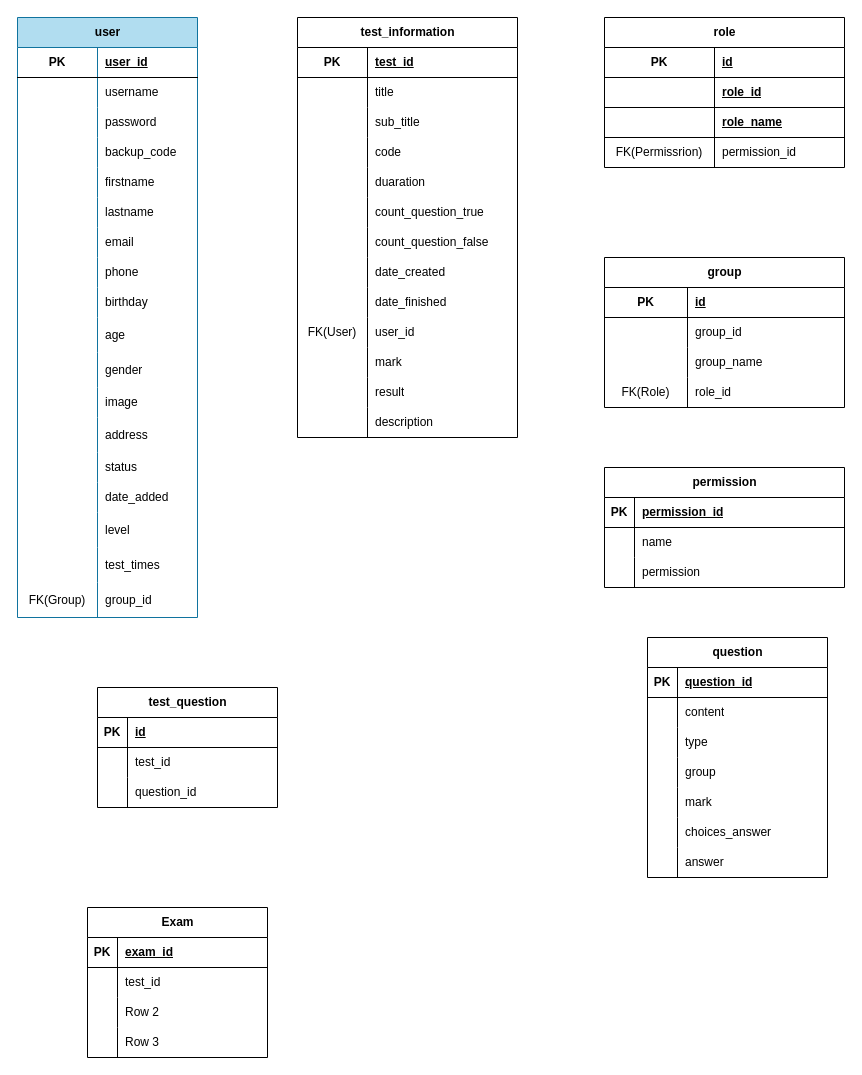
This is yoons_erd.drawio from hieunv46/yoons_erd, a draw.io file, before an edit. Source tidied: cells renumbered, new cells numbered last; positions are measured from the earlier drawing's top-left corner, leaving out a move shared by most shapes. Both pictures are drawn from the tidied source at 100%, with x=0, y=0 at pixel (17, 17).
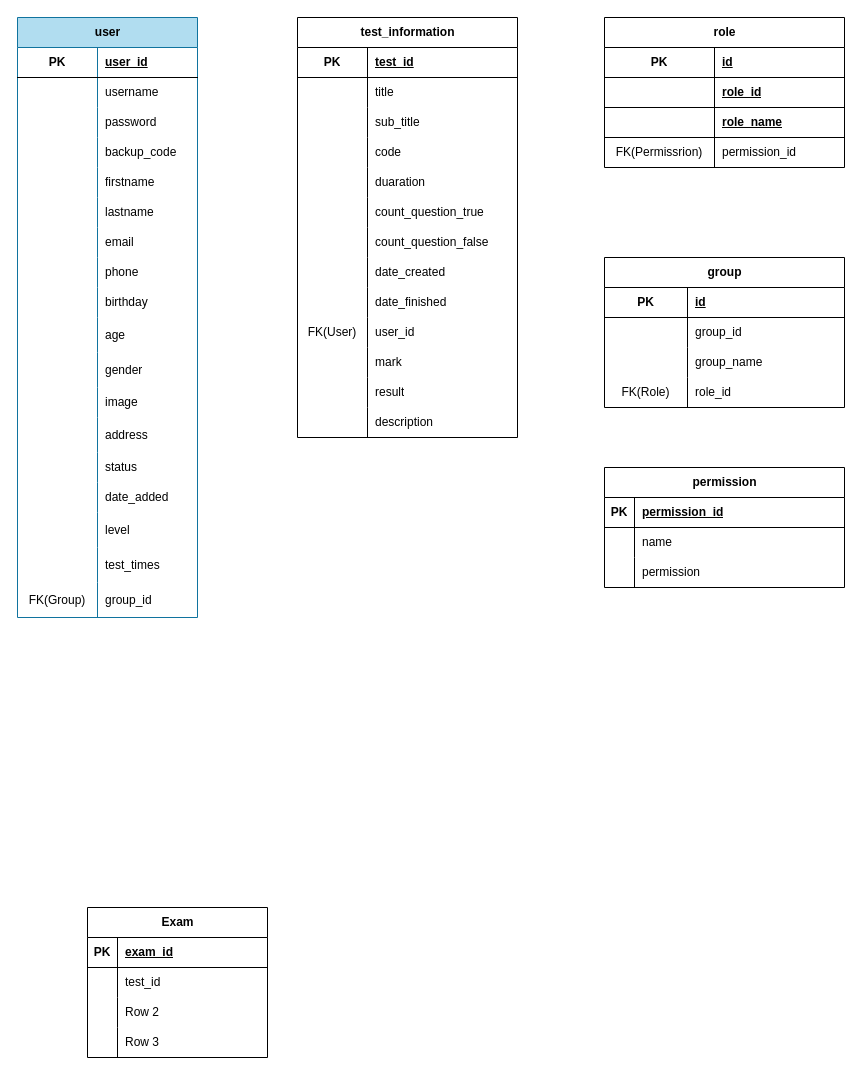
The same page after the edit.

Diff of the diagram source:
```diff
@@
-    <mxCell id="133" value="question" style="shape=table;startSize=30;childLayout=tableLayout;rowLines=0;fontStyle=1;align=center;html=1;" parent="1" vertex="1">
-      <mxGeometry x="630" y="620" width="180" height="240" as="geometry" />
-    </mxCell>
-    <mxCell id="134" style="shape=tableRow;horizontal=0;startSize=0;swimlaneHead=0;swimlaneBody=0;fillColor=none;top=0;left=0;right=0;bottom=1;" parent="133" vertex="1">
-      <mxGeometry y="30" width="180" height="30" as="geometry" />
-    </mxCell>
-    <mxCell id="135" value="PK" style="shape=partialRectangle;fillColor=none;top=0;left=0;bottom=0;right=0;fontStyle=1;overflow=hidden;whiteSpace=wrap;html=1;" parent="134" vertex="1">
-      <mxGeometry width="30" height="30" as="geometry" />
-    </mxCell>
-    <mxCell id="136" value="question_id" style="shape=partialRectangle;fillColor=none;top=0;left=0;bottom=0;right=0;align=left;spacingLeft=6;fontStyle=5;overflow=hidden;whiteSpace=wrap;html=1;" parent="134" vertex="1">
-      <mxGeometry x="30" width="150" height="30" as="geometry" />
-    </mxCell>
-    <mxCell id="137" style="shape=tableRow;horizontal=0;startSize=0;swimlaneHead=0;swimlaneBody=0;fillColor=none;top=0;left=0;right=0;bottom=0;" parent="133" vertex="1">
-      <mxGeometry y="60" width="180" height="30" as="geometry" />
-    </mxCell>
-    <mxCell id="138" style="shape=partialRectangle;fillColor=none;top=0;left=0;bottom=0;right=0;overflow=hidden;whiteSpace=wrap;html=1;" parent="137" vertex="1">
-      <mxGeometry width="30" height="30" as="geometry" />
-    </mxCell>
-    <mxCell id="139" value="content" style="shape=partialRectangle;fillColor=none;top=0;left=0;bottom=0;right=0;align=left;spacingLeft=6;overflow=hidden;whiteSpace=wrap;html=1;" parent="137" vertex="1">
-      <mxGeometry x="30" width="150" height="30" as="geometry" />
-    </mxCell>
-    <mxCell id="140" style="shape=tableRow;horizontal=0;startSize=0;swimlaneHead=0;swimlaneBody=0;fillColor=none;top=0;left=0;right=0;bottom=0;" parent="133" vertex="1">
-      <mxGeometry y="90" width="180" height="30" as="geometry" />
-    </mxCell>
-    <mxCell id="141" style="shape=partialRectangle;fillColor=none;top=0;left=0;bottom=0;right=0;overflow=hidden;whiteSpace=wrap;html=1;" parent="140" vertex="1">
-      <mxGeometry width="30" height="30" as="geometry" />
-    </mxCell>
-    <mxCell id="142" value="type" style="shape=partialRectangle;fillColor=none;top=0;left=0;bottom=0;right=0;align=left;spacingLeft=6;overflow=hidden;whiteSpace=wrap;html=1;" parent="140" vertex="1">
-      <mxGeometry x="30" width="150" height="30" as="geometry" />
-    </mxCell>
-    <mxCell id="143" style="shape=tableRow;horizontal=0;startSize=0;swimlaneHead=0;swimlaneBody=0;fillColor=none;top=0;left=0;right=0;bottom=0;" parent="133" vertex="1">
-      <mxGeometry y="120" width="180" height="30" as="geometry" />
-    </mxCell>
-    <mxCell id="144" style="shape=partialRectangle;fillColor=none;top=0;left=0;bottom=0;right=0;overflow=hidden;whiteSpace=wrap;html=1;" parent="143" vertex="1">
-      <mxGeometry width="30" height="30" as="geometry" />
-    </mxCell>
-    <mxCell id="145" value="group" style="shape=partialRectangle;fillColor=none;top=0;left=0;bottom=0;right=0;align=left;spacingLeft=6;overflow=hidden;whiteSpace=wrap;html=1;" parent="143" vertex="1">
-      <mxGeometry x="30" width="150" height="30" as="geometry" />
-    </mxCell>
-    <mxCell id="146" style="shape=tableRow;horizontal=0;startSize=0;swimlaneHead=0;swimlaneBody=0;fillColor=none;top=0;left=0;right=0;bottom=0;" parent="133" vertex="1">
-      <mxGeometry y="150" width="180" height="30" as="geometry" />
-    </mxCell>
-    <mxCell id="147" style="shape=partialRectangle;fillColor=none;top=0;left=0;bottom=0;right=0;overflow=hidden;whiteSpace=wrap;html=1;" parent="146" vertex="1">
-      <mxGeometry width="30" height="30" as="geometry" />
-    </mxCell>
-    <mxCell id="148" value="mark" style="shape=partialRectangle;fillColor=none;top=0;left=0;bottom=0;right=0;align=left;spacingLeft=6;overflow=hidden;whiteSpace=wrap;html=1;" parent="146" vertex="1">
-      <mxGeometry x="30" width="150" height="30" as="geometry" />
-    </mxCell>
-    <mxCell id="149" style="shape=tableRow;horizontal=0;startSize=0;swimlaneHead=0;swimlaneBody=0;fillColor=none;top=0;left=0;right=0;bottom=0;" parent="133" vertex="1">
-      <mxGeometry y="180" width="180" height="30" as="geometry" />
-    </mxCell>
-    <mxCell id="150" style="shape=partialRectangle;fillColor=none;top=0;left=0;bottom=0;right=0;overflow=hidden;whiteSpace=wrap;html=1;" parent="149" vertex="1">
-      <mxGeometry width="30" height="30" as="geometry" />
-    </mxCell>
-    <mxCell id="151" value="choices_answer" style="shape=partialRectangle;fillColor=none;top=0;left=0;bottom=0;right=0;align=left;spacingLeft=6;overflow=hidden;whiteSpace=wrap;html=1;" parent="149" vertex="1">
-      <mxGeometry x="30" width="150" height="30" as="geometry" />
-    </mxCell>
-    <mxCell id="152" style="shape=tableRow;horizontal=0;startSize=0;swimlaneHead=0;swimlaneBody=0;fillColor=none;top=0;left=0;right=0;bottom=0;" parent="133" vertex="1">
-      <mxGeometry y="210" width="180" height="30" as="geometry" />
-    </mxCell>
-    <mxCell id="153" style="shape=partialRectangle;fillColor=none;top=0;left=0;bottom=0;right=0;overflow=hidden;whiteSpace=wrap;html=1;" parent="152" vertex="1">
-      <mxGeometry width="30" height="30" as="geometry" />
-    </mxCell>
-    <mxCell id="154" value="answer" style="shape=partialRectangle;fillColor=none;top=0;left=0;bottom=0;right=0;align=left;spacingLeft=6;overflow=hidden;whiteSpace=wrap;html=1;" parent="152" vertex="1">
-      <mxGeometry x="30" width="150" height="30" as="geometry" />
-    </mxCell>
-    <mxCell id="155" value="test_question" style="shape=table;startSize=30;childLayout=tableLayout;rowLines=0;fontStyle=1;align=center;html=1;" parent="1" vertex="1">
-      <mxGeometry x="80" y="670" width="180" height="120" as="geometry" />
-    </mxCell>
-    <mxCell id="156" style="shape=tableRow;horizontal=0;startSize=0;swimlaneHead=0;swimlaneBody=0;fillColor=none;top=0;left=0;right=0;bottom=1;" parent="155" vertex="1">
-      <mxGeometry y="30" width="180" height="30" as="geometry" />
-    </mxCell>
-    <mxCell id="157" value="PK" style="shape=partialRectangle;fillColor=none;top=0;left=0;bottom=0;right=0;fontStyle=1;overflow=hidden;whiteSpace=wrap;html=1;" parent="156" vertex="1">
-      <mxGeometry width="30" height="30" as="geometry" />
-    </mxCell>
-    <mxCell id="158" value="id" style="shape=partialRectangle;fillColor=none;top=0;left=0;bottom=0;right=0;align=left;spacingLeft=6;fontStyle=5;overflow=hidden;whiteSpace=wrap;html=1;" parent="156" vertex="1">
-      <mxGeometry x="30" width="150" height="30" as="geometry" />
-    </mxCell>
-    <mxCell id="159" style="shape=tableRow;horizontal=0;startSize=0;swimlaneHead=0;swimlaneBody=0;fillColor=none;top=0;left=0;right=0;bottom=0;" parent="155" vertex="1">
-      <mxGeometry y="60" width="180" height="30" as="geometry" />
-    </mxCell>
-    <mxCell id="160" style="shape=partialRectangle;fillColor=none;top=0;left=0;bottom=0;right=0;overflow=hidden;whiteSpace=wrap;html=1;" parent="159" vertex="1">
-      <mxGeometry width="30" height="30" as="geometry" />
-    </mxCell>
-    <mxCell id="161" value="test_id" style="shape=partialRectangle;fillColor=none;top=0;left=0;bottom=0;right=0;align=left;spacingLeft=6;overflow=hidden;whiteSpace=wrap;html=1;" parent="159" vertex="1">
-      <mxGeometry x="30" width="150" height="30" as="geometry" />
-    </mxCell>
-    <mxCell id="162" style="shape=tableRow;horizontal=0;startSize=0;swimlaneHead=0;swimlaneBody=0;fillColor=none;top=0;left=0;right=0;bottom=0;" parent="155" vertex="1">
-      <mxGeometry y="90" width="180" height="30" as="geometry" />
-    </mxCell>
-    <mxCell id="163" style="shape=partialRectangle;fillColor=none;top=0;left=0;bottom=0;right=0;overflow=hidden;whiteSpace=wrap;html=1;" parent="162" vertex="1">
-      <mxGeometry width="30" height="30" as="geometry" />
-    </mxCell>
-    <mxCell id="164" value="question_id" style="shape=partialRectangle;fillColor=none;top=0;left=0;bottom=0;right=0;align=left;spacingLeft=6;overflow=hidden;whiteSpace=wrap;html=1;" parent="162" vertex="1">
-      <mxGeometry x="30" width="150" height="30" as="geometry" />
-    </mxCell>
```
